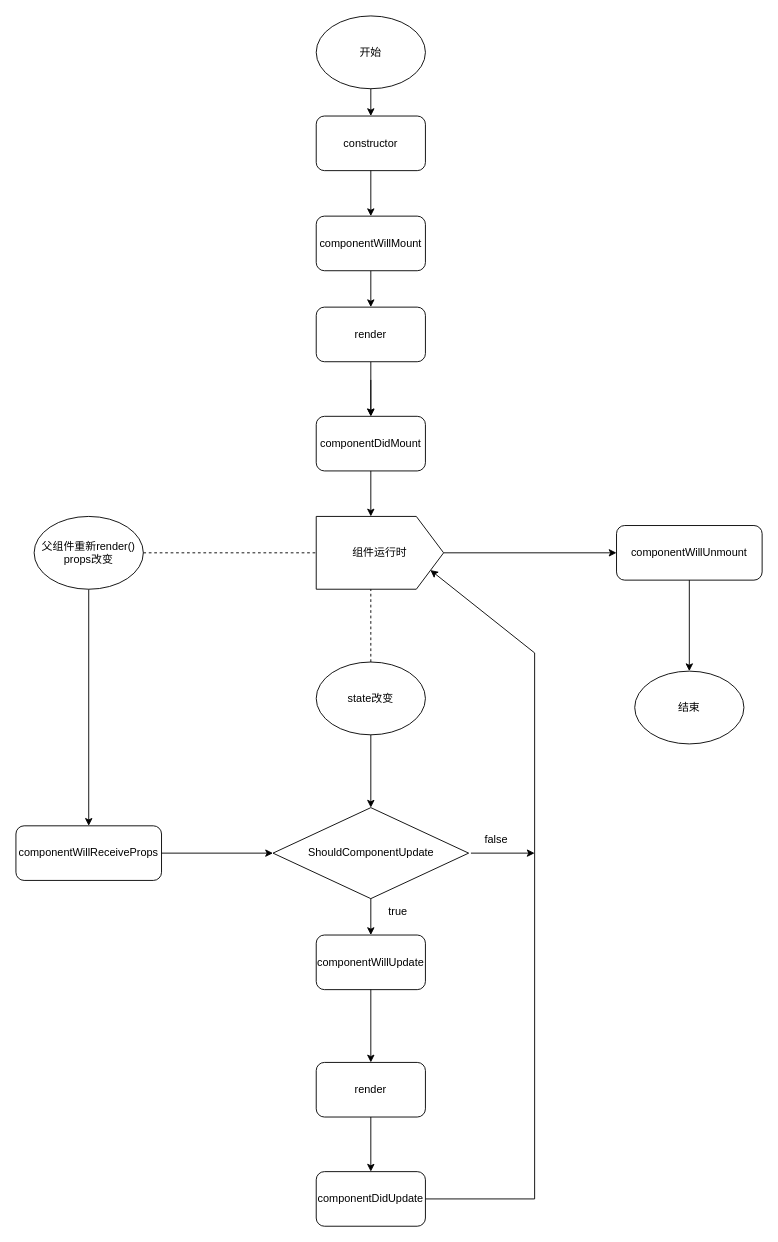
Before: react_lifecycle.drawio in Jinxishihenian/mind_mapping, a draw.io diagram. Source tidied: cells renumbered, new cells numbered last; positions are measured from the earlier drawing's top-left corner, leaving out a move shared by most shapes. Both pictures are drawn from the tidied source at 91%, with x=0, y=0 at pixel (15, 15).
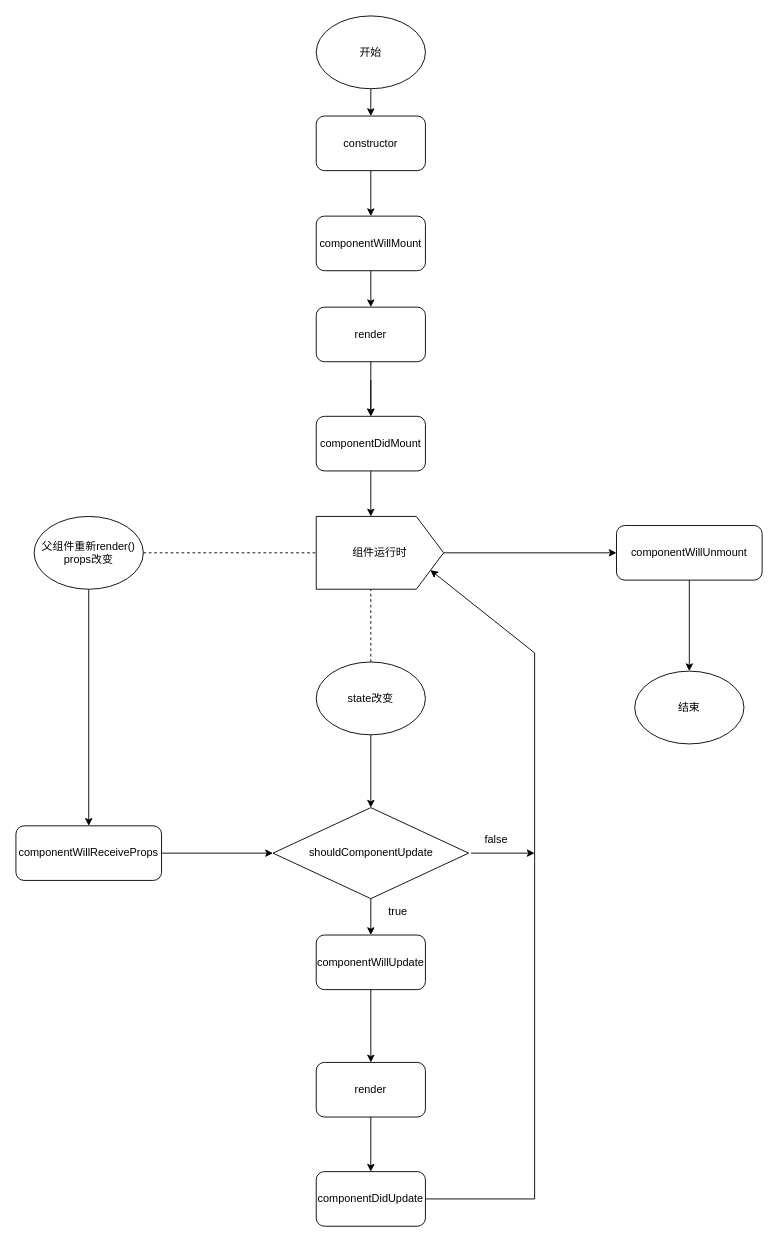
Above is the later version.

Diff of the diagram source:
```diff
@@
-    <mxCell id="31" value="ShouldComponentUpdate" style="rhombus;whiteSpace=wrap;html=1;" parent="1" vertex="1">
+    <mxCell id="31" value="shouldComponentUpdate" style="rhombus;whiteSpace=wrap;html=1;" parent="1" vertex="1">
       <mxGeometry x="282.5" y="870" width="215" height="100" as="geometry" />
     </mxCell>
```
